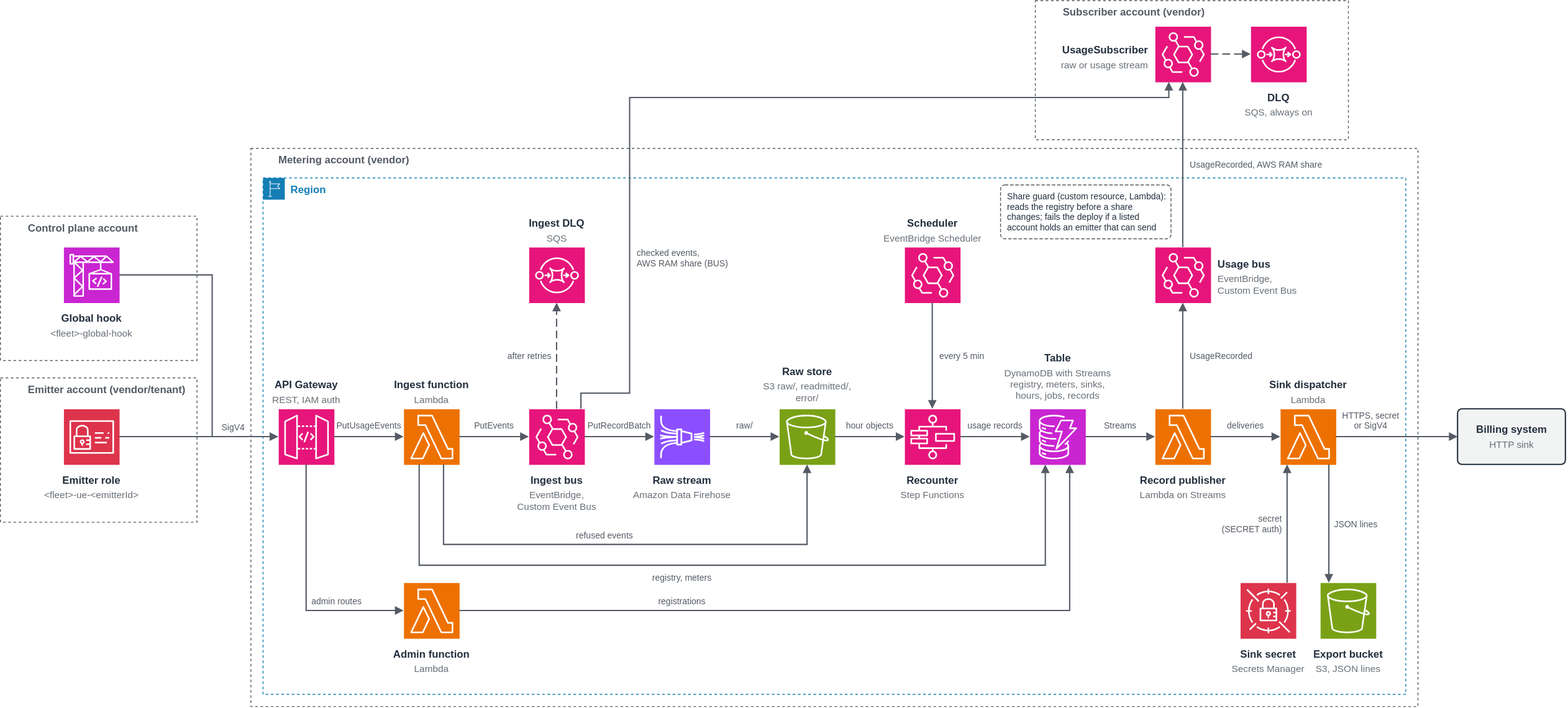
aws-samples/sample-agentic-ai-acceleration-patterns keeps this draw.io diagram as samples/tenant-usage-metering/diagrams/tenant-usage-metering.drawio.svg. Above is the earlier version. Source tidied: cells renumbered, new cells last; positions are measured from the earlier drawing's top-left corner, leaving out a move shared by most shapes.
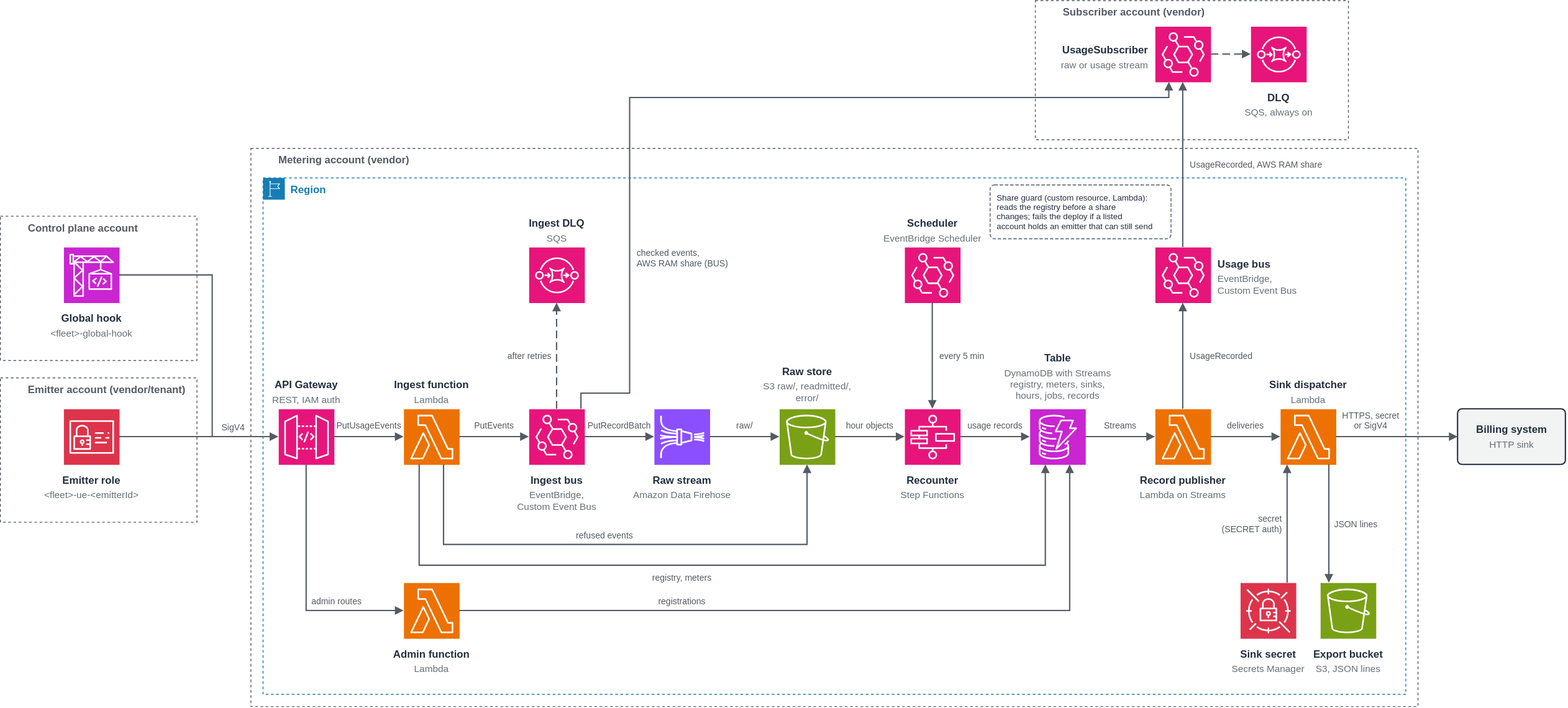
After the change.

Diff of the diagram source:
```diff
@@ -421,8 +421,8 @@
     <mxCell id="110" value="checked events,&#10;AWS RAM share (BUS)" style="text;html=0;align=left;verticalAlign=middle;fontSize=10;fontStyle=0;fontColor=#545B64;spacing=0;spacingTop=0;" parent="1" vertex="1">
       <mxGeometry x="732" y="282" width="120" height="28" as="geometry" />
     </mxCell>
-    <mxCell id="111" value="Share guard (custom resource, Lambda):&#10;reads the registry before a share&#10;changes; fails the deploy if a listed&#10;account holds an emitter that can send" style="rounded=1;arcSize=8;html=0;align=left;verticalAlign=middle;spacingLeft=6;fontSize=10;fontColor=#232F3E;fillColor=#FFFFFF;strokeColor=#545B64;strokeWidth=1;dashed=1;dashPattern=4 2;" parent="1" vertex="1">
-      <mxGeometry x="1150" y="212" width="196" height="62" as="geometry" />
+    <mxCell id="111" value="Share guard (custom resource, Lambda):&#10;reads the registry before a share&#10;changes; fails the deploy if a listed&#10;account holds an emitter that can still send" style="rounded=1;arcSize=8;html=0;align=left;verticalAlign=middle;spacingLeft=6;fontSize=9.5;fontColor=#232F3E;fillColor=#FFFFFF;strokeColor=#545B64;strokeWidth=1;dashed=1;dashPattern=4 2;" parent="1" vertex="1">
+      <mxGeometry x="1138" y="212" width="208" height="62" as="geometry" />
     </mxCell>
   </root>
 </mxGraphModel>
```
